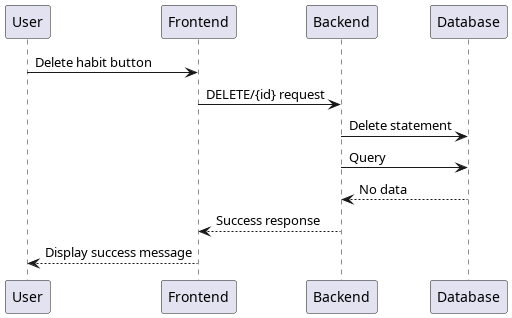
The PlantUML diagram docs/out/docs/Sequences/Delete single habit.png in Toby-Rea/planner, before a commit. Its diagram source:
```plantuml
@startuml Delete single habit
participant User as u
participant Frontend as fe
participant Backend as be
participant Database as db

u -> fe: Delete habit button
fe -> be: DELETE/{id} request
be -> db: Delete statement
be -> db: Query
be <-- db: No data
fe <-- be: Success response
u <-- fe: Display success message
@enduml
```
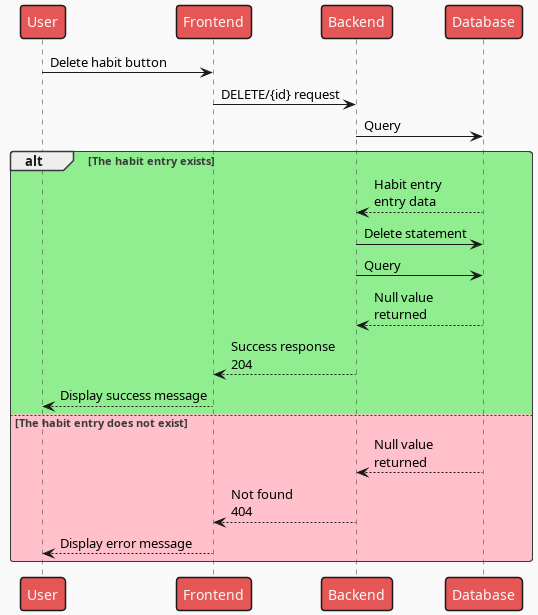
The same diagram one commit later.

Change to the diagram source:
```diff
@@ -1,4 +1,5 @@
 @startuml Delete single habit
+!theme mars
 participant User as u
 participant Frontend as fe
 participant Backend as be
@@ -6,9 +7,18 @@
 
 u -> fe: Delete habit button
 fe -> be: DELETE/{id} request
-be -> db: Delete statement
 be -> db: Query
-be <-- db: No data
-fe <-- be: Success response
-u <-- fe: Display success message
+
+alt #LightGreen The habit entry exists
+    be <-- db: Habit entry\nentry data
+    be -> db: Delete statement
+    be -> db: Query
+    be <-- db: Null value\nreturned
+    fe <-- be: Success response\n204
+    u <-- fe: Display success message
+else #Pink The habit entry does not exist
+    be <-- db: Null value\nreturned
+    fe <-- be: Not found\n404
+    u <-- fe: Display error message
+end
 @enduml
```
